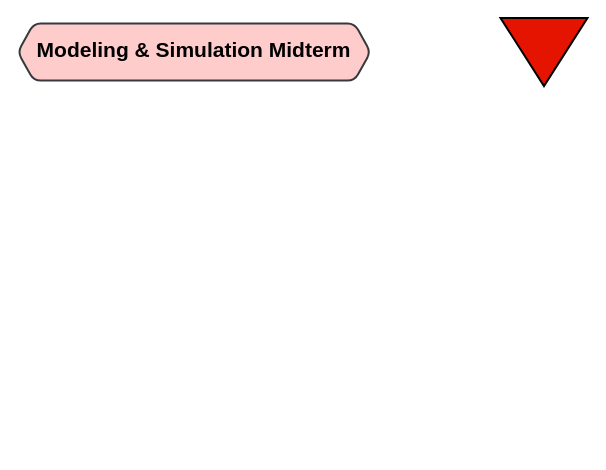
The draw.io diagram page "Page-1" (1 of 5) of 3rd Subjects/Term2/Modeling  3bbas V.drawio in Jazzmedo/draw, before the edit. Source tidied: cells renumbered, new cells numbered last; positions are measured from the earlier drawing's top-left corner, leaving out a move shared by most shapes. Both pictures are drawn from the tidied source at 100%, with x=0, y=0 at pixel (17, 17).
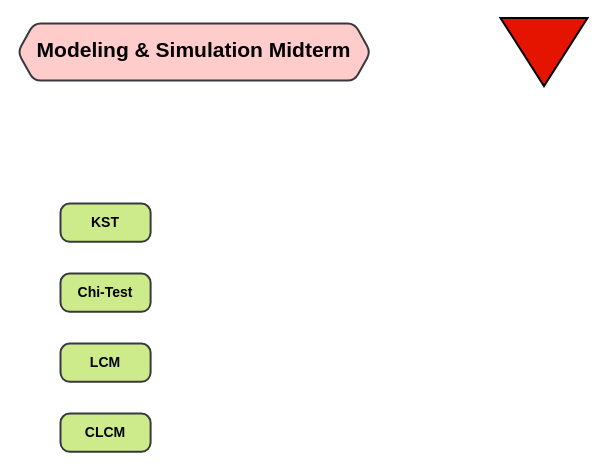
After the change.

Diff of the diagram source:
```diff
@@
 <mxGraphModel>
   <root>
     <mxCell id="0" />
     <mxCell id="1" parent="0" />
     <mxCell id="2" value="Modeling &amp; Simulation Midterm" style="shape=hexagon;perimeter=hexagonPerimeter2;whiteSpace=wrap;fixedSize=1;size=16;fillColor=#ffcccc;strokeColor=#36393d;fontFamily=Mali;fontSize=21;strokeWidth=2;align=center;spacingLeft=0;spacingBottom=5;fillStyle=hachure;fontStyle=1;rounded=1;arcSize=14;" parent="1" vertex="1">
       <mxGeometry x="0.3" y="6" width="352.7" height="57.1" as="geometry" />
     </mxCell>
     <mxCell id="3" style="triangle;whiteSpace=wrap;html=1;dashed=0;direction=south;fillColor=#e51400;fontColor=#ffffff;strokeColor=#000000;strokeWidth=2;fontFamily=Kufam;verticalAlign=top;spacingTop=5;fontStyle=1;fontSize=16;" parent="1" vertex="1">
       <mxGeometry x="483" y="0.5" width="87" height="68.1" as="geometry" />
     </mxCell>
+    <mxCell id="4" value="KST" style="rounded=1;whiteSpace=wrap;html=1;strokeWidth=2;fillColor=#cdeb8b;strokeColor=#36393d;arcSize=24;fontFamily=Mina;fontStyle=1;fontSize=14;" parent="1" vertex="1">
+      <mxGeometry x="43" y="186" width="90.1" height="38.3" as="geometry" />
+    </mxCell>
+    <mxCell id="5" value="Chi-Test" style="rounded=1;whiteSpace=wrap;html=1;strokeWidth=2;fillColor=#cdeb8b;strokeColor=#36393d;arcSize=24;fontFamily=Mina;fontStyle=1;fontSize=14;" parent="1" vertex="1">
+      <mxGeometry x="43" y="256" width="90.1" height="38.3" as="geometry" />
+    </mxCell>
+    <mxCell id="6" value="LCM" style="rounded=1;whiteSpace=wrap;html=1;strokeWidth=2;fillColor=#cdeb8b;strokeColor=#36393d;arcSize=24;fontFamily=Mina;fontStyle=1;fontSize=14;" parent="1" vertex="1">
+      <mxGeometry x="43" y="326" width="90.1" height="38.3" as="geometry" />
+    </mxCell>
+    <mxCell id="7" value="CLCM" style="rounded=1;whiteSpace=wrap;html=1;strokeWidth=2;fillColor=#cdeb8b;strokeColor=#36393d;arcSize=24;fontFamily=Mina;fontStyle=1;fontSize=14;" parent="1" vertex="1">
+      <mxGeometry x="43" y="396" width="90.1" height="38.3" as="geometry" />
+    </mxCell>
   </root>
 </mxGraphModel>
```
